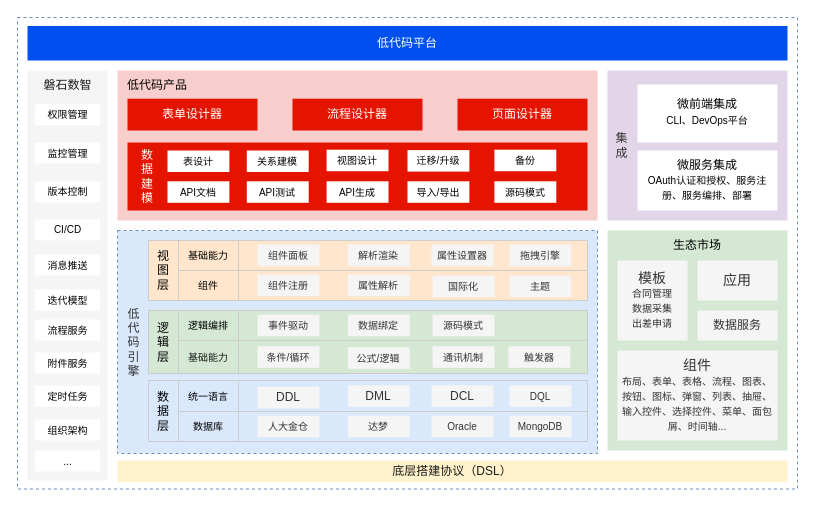
The draw.io diagram 低代码—泳道图—研究内容.drawio in tangyaosimida/love, before the edit. Source tidied: cells renumbered, new cells numbered last; positions are measured from the earlier drawing's top-left corner, leaving out a move shared by most shapes. Both pictures are drawn from the tidied source at 100%, with x=0, y=0 at pixel (17, 17).
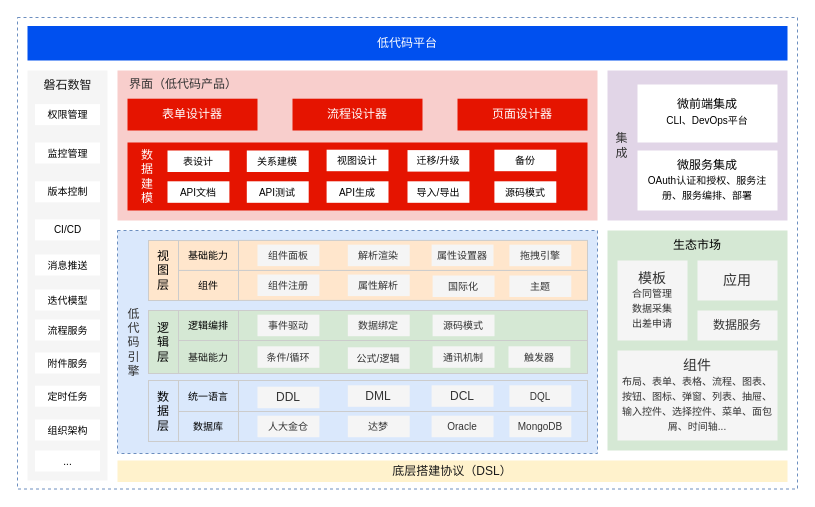
Above is the later version.

Commit message:
更新低代码—泳道图—研究内容.drawio

Diff of the diagram source:
```diff
@@
-    <mxCell id="64" value="低代码产品" style="text;html=1;align=center;verticalAlign=middle;whiteSpace=wrap;rounded=0;" parent="1" vertex="1">
-      <mxGeometry x="100" y="53" width="80" height="30" as="geometry" />
+    <mxCell id="64" value="&lt;font color=&quot;#333333&quot; style=&quot;font-size: 12px;&quot;&gt;界面（低代码产品）&lt;/font&gt;" style="text;html=1;align=center;verticalAlign=middle;whiteSpace=wrap;rounded=0;" parent="1" vertex="1">
+      <mxGeometry x="111" y="53" width="110" height="28.2" as="geometry" />
     </mxCell>
```
